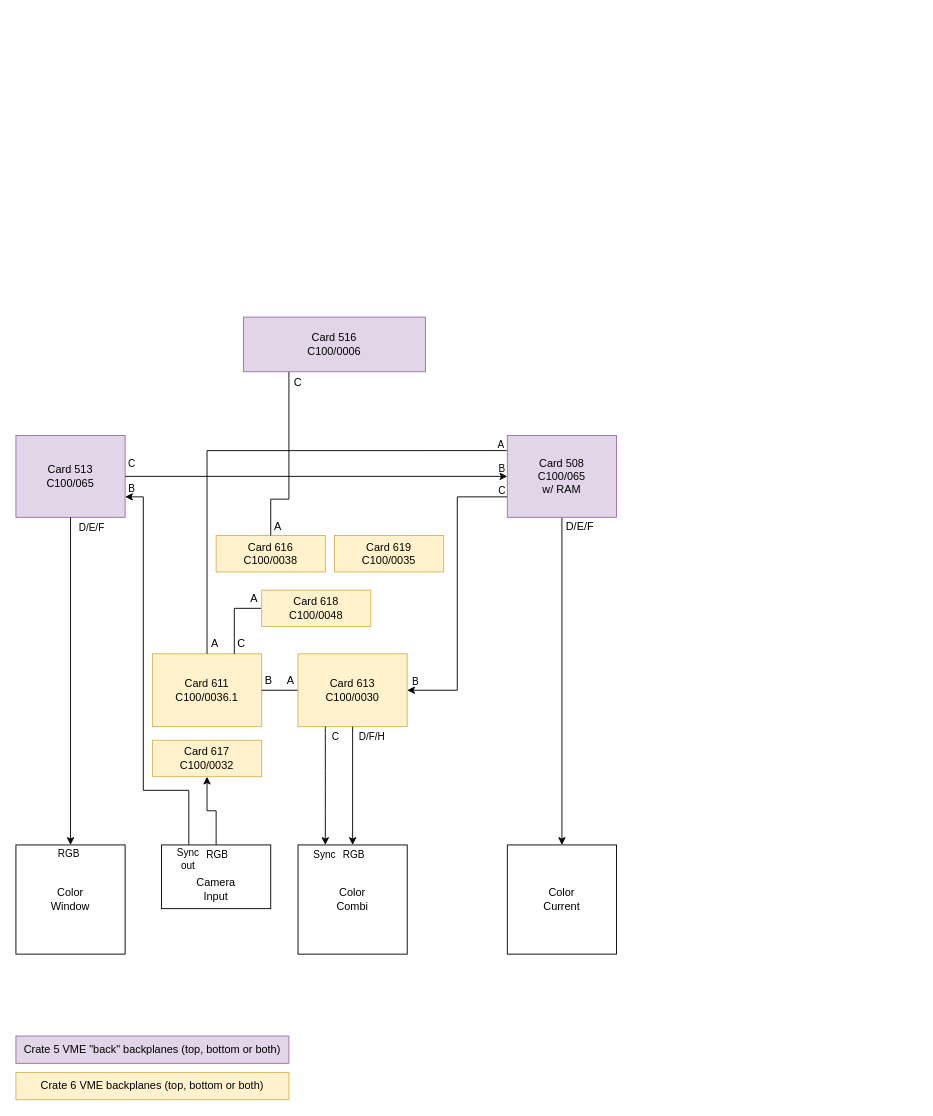
egueli/Aesthedes-notes keeps this draw.io diagram as page "Block diagram" (2 of 2) of hardware/Aesthedes 2 HW.drawio. Above is the earlier version. Source tidied: cells renumbered, new cells numbered last; positions are measured from the earlier drawing's top-left corner, leaving out a move shared by most shapes. Both pictures are drawn from the tidied source at 91%, with x=0, y=0 at pixel (15, 317).
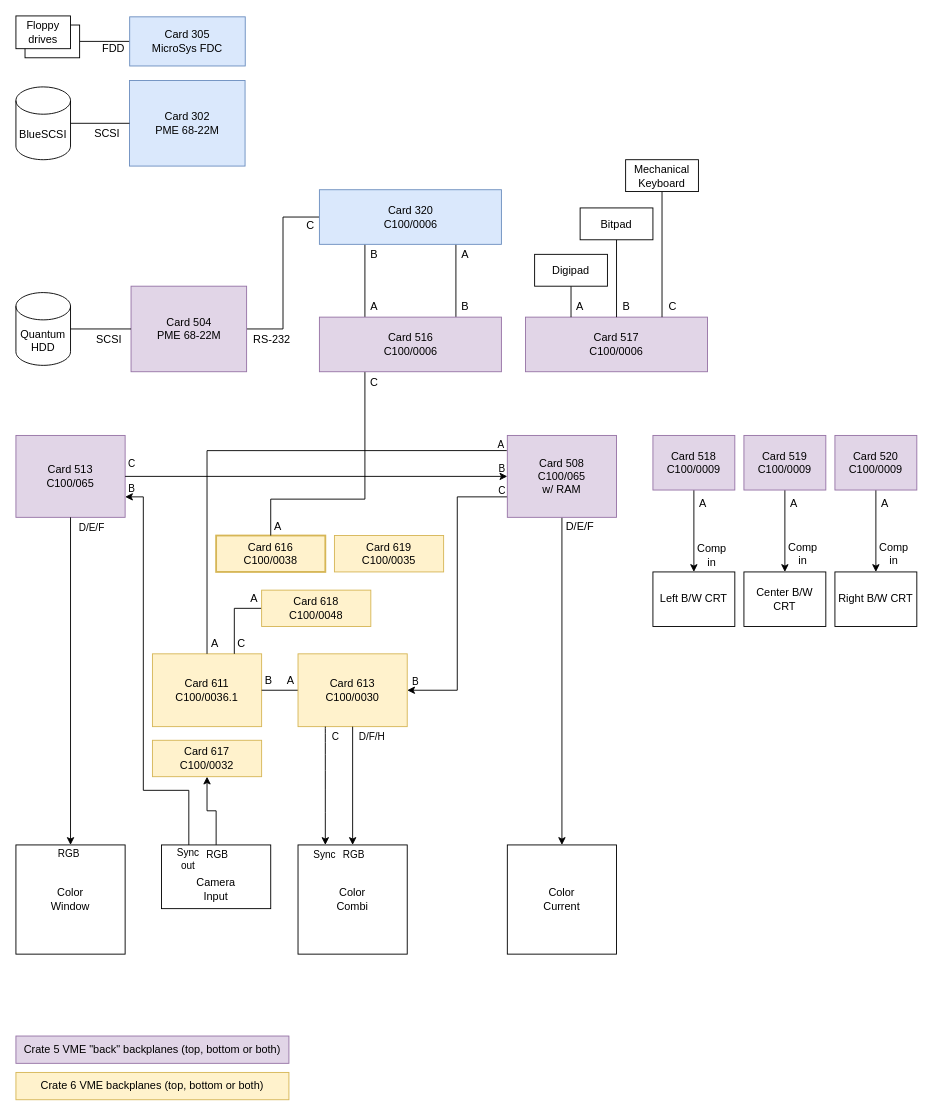
Above is the later version.

Commit message:
add all cards in block diagram

Change to the diagram source:
```diff
@@
-    <mxCell id="45" value="&lt;div&gt;Card 616&lt;/div&gt;&lt;div&gt;C100/0038&lt;/div&gt;" style="rounded=0;whiteSpace=wrap;html=1;fillColor=#fff2cc;strokeColor=#d6b656;" parent="1" vertex="1">
+    <mxCell id="45" value="&lt;div&gt;Card 616&lt;/div&gt;&lt;div&gt;C100/0038&lt;/div&gt;" style="rounded=0;whiteSpace=wrap;html=1;fillColor=#fff2cc;strokeColor=#d6b656;strokeWidth=2;" parent="1" vertex="1">
       <mxGeometry x="220" y="240" width="120" height="40" as="geometry" />
     </mxCell>
     <mxCell id="46" style="edgeStyle=orthogonalEdgeStyle;rounded=0;jettySize=auto;html=1;exitX=0.25;exitY=1;exitDx=0;exitDy=0;entryX=0.5;entryY=0;entryDx=0;entryDy=0;endArrow=none;endFill=0;" parent="1" edge="1" source="47" target="45">
       <mxGeometry relative="1" as="geometry">
         <Array as="points">
-          <mxPoint x="300" y="200" />
+          <mxPoint x="384" y="200" />
           <mxPoint x="280" y="200" />
         </Array>
       </mxGeometry>
     </mxCell>
+    <mxCell id="51" style="edgeStyle=orthogonalEdgeStyle;rounded=0;jettySize=auto;html=1;exitX=0.25;exitY=0;exitDx=0;exitDy=0;entryX=0.25;entryY=1;entryDx=0;entryDy=0;endArrow=none;endFill=0;" parent="1" edge="1" source="47" target="54">
+      <mxGeometry relative="1" as="geometry" />
+    </mxCell>
+    <mxCell id="52" style="edgeStyle=orthogonalEdgeStyle;rounded=0;jettySize=auto;html=1;exitX=0.75;exitY=0;exitDx=0;exitDy=0;entryX=0.75;entryY=1;entryDx=0;entryDy=0;endArrow=none;endFill=0;" parent="1" edge="1" source="47" target="54">
+      <mxGeometry relative="1" as="geometry" />
+    </mxCell>
     <mxCell id="47" value="Card 516&lt;div&gt;C100/0006&lt;/div&gt;" style="rounded=0;whiteSpace=wrap;html=1;fillColor=#e1d5e7;strokeColor=#9673a6;" parent="1" vertex="1">
-      <mxGeometry x="250" width="200" height="60" as="geometry" />
+      <mxGeometry x="333.5" width="200" height="60" as="geometry" />
     </mxCell>
@@
     <mxCell id="49" value="C" style="text;html=1;whiteSpace=wrap;strokeColor=none;fillColor=none;align=center;verticalAlign=middle;rounded=0;" parent="1" vertex="1">
-      <mxGeometry x="305" y="67" width="10" height="10" as="geometry" />
+      <mxGeometry x="388.5" y="67" width="10" height="10" as="geometry" />
     </mxCell>
@@
+    <mxCell id="53" style="edgeStyle=orthogonalEdgeStyle;rounded=0;jettySize=auto;html=1;exitX=0;exitY=0.5;exitDx=0;exitDy=0;entryX=1;entryY=0.5;entryDx=0;entryDy=0;endArrow=none;endFill=0;" parent="1" edge="1" source="54" target="59">
+      <mxGeometry relative="1" as="geometry" />
+    </mxCell>
+    <mxCell id="54" value="&lt;div&gt;Card 320&lt;/div&gt;&lt;div&gt;C100/0006&lt;/div&gt;" style="whiteSpace=wrap;html=1;fillColor=#dae8fc;strokeColor=#6c8ebf;rounded=0;" parent="1" vertex="1">
+      <mxGeometry x="333.5" y="-140" width="200" height="60" as="geometry" />
+    </mxCell>
+    <mxCell id="55" value="A" style="text;html=1;whiteSpace=wrap;strokeColor=none;fillColor=none;align=center;verticalAlign=middle;rounded=0;" parent="1" vertex="1">
+      <mxGeometry x="388.5" y="-16" width="10" height="10" as="geometry" />
+    </mxCell>
+    <mxCell id="56" value="A" style="text;html=1;whiteSpace=wrap;strokeColor=none;fillColor=none;align=center;verticalAlign=middle;rounded=0;" parent="1" vertex="1">
+      <mxGeometry x="488.5" y="-74" width="10" height="10" as="geometry" />
+    </mxCell>
+    <mxCell id="57" value="B" style="text;html=1;whiteSpace=wrap;strokeColor=none;fillColor=none;align=center;verticalAlign=middle;rounded=0;" parent="1" vertex="1">
+      <mxGeometry x="488.5" y="-16" width="10" height="10" as="geometry" />
+    </mxCell>
+    <mxCell id="58" value="B" style="text;html=1;whiteSpace=wrap;strokeColor=none;fillColor=none;align=center;verticalAlign=middle;rounded=0;" parent="1" vertex="1">
+      <mxGeometry x="388.5" y="-74" width="10" height="10" as="geometry" />
+    </mxCell>
+    <mxCell id="59" value="Card 504&lt;div&gt;PME 68-22M&lt;/div&gt;" style="rounded=0;whiteSpace=wrap;html=1;fillColor=#e1d5e7;strokeColor=#9673a6;" parent="1" vertex="1">
+      <mxGeometry x="126.5" y="-34" width="127" height="94" as="geometry" />
+    </mxCell>
+    <mxCell id="60" value="C" style="text;html=1;whiteSpace=wrap;strokeColor=none;fillColor=none;align=center;verticalAlign=middle;rounded=0;" parent="1" vertex="1">
+      <mxGeometry x="318.5" y="-105" width="10" height="10" as="geometry" />
+    </mxCell>
+    <mxCell id="61" value="RS-232" style="text;html=1;whiteSpace=wrap;strokeColor=none;fillColor=none;align=center;verticalAlign=middle;rounded=0;" parent="1" vertex="1">
+      <mxGeometry x="258.5" y="20" width="45" height="10" as="geometry" />
+    </mxCell>
+    <mxCell id="62" value="Quantum HDD" style="shape=cylinder3;whiteSpace=wrap;html=1;boundedLbl=1;backgroundOutline=1;size=15;" parent="1" vertex="1">
+      <mxGeometry y="-27" width="60" height="80" as="geometry" />
+    </mxCell>
+    <mxCell id="63" style="edgeStyle=orthogonalEdgeStyle;rounded=0;jettySize=auto;html=1;exitX=0;exitY=0.5;exitDx=0;exitDy=0;entryX=1;entryY=0.5;entryDx=0;entryDy=0;entryPerimeter=0;endArrow=none;endFill=0;" parent="1" edge="1" source="59" target="62">
+      <mxGeometry relative="1" as="geometry" />
+    </mxCell>
+    <mxCell id="64" value="SCSI" style="text;html=1;whiteSpace=wrap;strokeColor=none;fillColor=none;align=center;verticalAlign=middle;rounded=0;" parent="1" vertex="1">
+      <mxGeometry x="80" y="20" width="45" height="10" as="geometry" />
+    </mxCell>
+    <mxCell id="65" value="Card 302&lt;div&gt;PME 68-22M&lt;/div&gt;" style="rounded=0;whiteSpace=wrap;html=1;fillColor=#dae8fc;strokeColor=#6c8ebf;" parent="1" vertex="1">
+      <mxGeometry x="124.8" y="-260" width="127" height="94" as="geometry" />
+    </mxCell>
+    <mxCell id="66" value="SCSI" style="text;html=1;whiteSpace=wrap;strokeColor=none;fillColor=none;align=center;verticalAlign=middle;rounded=0;" parent="1" vertex="1">
+      <mxGeometry x="78.2" y="-206" width="45" height="10" as="geometry" />
+    </mxCell>
+    <mxCell id="67" value="BlueSCSI" style="shape=cylinder3;whiteSpace=wrap;html=1;boundedLbl=1;backgroundOutline=1;size=15;" parent="1" vertex="1">
+      <mxGeometry y="-253" width="60" height="80" as="geometry" />
+    </mxCell>
+    <mxCell id="68" style="edgeStyle=orthogonalEdgeStyle;rounded=0;jettySize=auto;html=1;exitX=0;exitY=0.5;exitDx=0;exitDy=0;entryX=1;entryY=0.5;entryDx=0;entryDy=0;entryPerimeter=0;endArrow=none;endFill=0;" parent="1" edge="1" source="65" target="67">
+      <mxGeometry relative="1" as="geometry" />
+    </mxCell>
+    <mxCell id="69" style="edgeStyle=orthogonalEdgeStyle;rounded=0;jettySize=auto;html=1;exitX=0;exitY=0.5;exitDx=0;exitDy=0;entryX=1;entryY=0.5;entryDx=0;entryDy=0;endArrow=none;endFill=0;" parent="1" edge="1" source="70" target="72">
+      <mxGeometry relative="1" as="geometry" />
+    </mxCell>
+    <mxCell id="70" value="Card 305&lt;div&gt;MicroSys FDC&lt;/div&gt;" style="rounded=0;whiteSpace=wrap;html=1;fillColor=#dae8fc;strokeColor=#6c8ebf;" parent="1" vertex="1">
+      <mxGeometry x="125" y="-330" width="127" height="54" as="geometry" />
+    </mxCell>
+    <mxCell id="71" style="group;" parent="1" vertex="1">
+      <mxGeometry y="-331" width="70" height="46" as="geometry" />
+    </mxCell>
+    <mxCell id="72" style="rounded=0;whiteSpace=wrap;html=1;" parent="71" vertex="1">
+      <mxGeometry x="10" y="10" width="60" height="36" as="geometry" />
+    </mxCell>
+    <mxCell id="73" value="&lt;div&gt;Floppy&lt;/div&gt;&lt;div&gt;drives&lt;/div&gt;" style="rounded=0;whiteSpace=wrap;html=1;" parent="71" vertex="1">
+      <mxGeometry width="60" height="36" as="geometry" />
+    </mxCell>
+    <mxCell id="74" value="FDD" style="text;html=1;whiteSpace=wrap;strokeColor=none;fillColor=none;align=center;verticalAlign=middle;rounded=0;" parent="1" vertex="1">
+      <mxGeometry x="90" y="-300" width="34.8" height="10" as="geometry" />
+    </mxCell>
+    <mxCell id="75" value="Card 517&lt;div&gt;C100/0006&lt;/div&gt;" style="rounded=0;whiteSpace=wrap;html=1;fillColor=#e1d5e7;strokeColor=#9673a6;" parent="1" vertex="1">
+      <mxGeometry x="560" width="200" height="60" as="geometry" />
+    </mxCell>
+    <mxCell id="76" style="edgeStyle=orthogonalEdgeStyle;rounded=0;jettySize=auto;html=1;exitX=0.5;exitY=1;exitDx=0;exitDy=0;entryX=0.25;entryY=0;entryDx=0;entryDy=0;endArrow=none;endFill=0;" parent="1" edge="1" source="77" target="75">
+      <mxGeometry relative="1" as="geometry" />
+    </mxCell>
+    <mxCell id="77" value="Digipad" style="rounded=0;whiteSpace=wrap;html=1;" parent="1" vertex="1">
+      <mxGeometry x="570" y="-69" width="80" height="35" as="geometry" />
+    </mxCell>
+    <mxCell id="78" style="edgeStyle=orthogonalEdgeStyle;rounded=0;jettySize=auto;html=1;exitX=0.5;exitY=1;exitDx=0;exitDy=0;entryX=0.5;entryY=0;entryDx=0;entryDy=0;endArrow=none;endFill=0;" parent="1" edge="1" source="79" target="75">
+      <mxGeometry relative="1" as="geometry" />
+    </mxCell>
+    <mxCell id="79" value="Bitpad" style="rounded=0;whiteSpace=wrap;html=1;" parent="1" vertex="1">
+      <mxGeometry x="620" y="-120" width="80" height="35" as="geometry" />
+    </mxCell>
+    <mxCell id="80" style="edgeStyle=orthogonalEdgeStyle;rounded=0;jettySize=auto;html=1;exitX=0.5;exitY=1;exitDx=0;exitDy=0;entryX=0.75;entryY=0;entryDx=0;entryDy=0;endArrow=none;endFill=0;" parent="1" edge="1" source="81" target="75">
+      <mxGeometry relative="1" as="geometry" />
+    </mxCell>
+    <mxCell id="81" value="&lt;div&gt;Mechanical&lt;/div&gt;&lt;div&gt;Keyboard&lt;/div&gt;" style="rounded=0;whiteSpace=wrap;html=1;" parent="1" vertex="1">
+      <mxGeometry x="670" y="-173" width="80" height="35" as="geometry" />
+    </mxCell>
+    <mxCell id="82" value="A" style="text;html=1;whiteSpace=wrap;strokeColor=none;fillColor=none;align=center;verticalAlign=middle;rounded=0;" parent="1" vertex="1">
+      <mxGeometry x="615" y="-16" width="10" height="10" as="geometry" />
+    </mxCell>
+    <mxCell id="83" value="B" style="text;html=1;whiteSpace=wrap;strokeColor=none;fillColor=none;align=center;verticalAlign=middle;rounded=0;" parent="1" vertex="1">
+      <mxGeometry x="666" y="-16" width="10" height="10" as="geometry" />
+    </mxCell>
+    <mxCell id="84" value="C" style="text;html=1;whiteSpace=wrap;strokeColor=none;fillColor=none;align=center;verticalAlign=middle;rounded=0;" parent="1" vertex="1">
+      <mxGeometry x="717" y="-16" width="10" height="10" as="geometry" />
+    </mxCell>
+    <mxCell id="85" style="edgeStyle=orthogonalEdgeStyle;rounded=0;jettySize=auto;html=1;exitX=0.5;exitY=1;exitDx=0;exitDy=0;entryX=0.5;entryY=0;entryDx=0;entryDy=0;" parent="1" edge="1" source="86" target="91">
+      <mxGeometry relative="1" as="geometry" />
+    </mxCell>
+    <mxCell id="86" value="Card 518&lt;div&gt;C100/0009&lt;/div&gt;" style="rounded=0;whiteSpace=wrap;html=1;fillColor=#e1d5e7;strokeColor=#9673a6;" parent="1" vertex="1">
+      <mxGeometry x="700" y="130" width="90" height="60" as="geometry" />
+    </mxCell>
+    <mxCell id="87" style="edgeStyle=orthogonalEdgeStyle;rounded=0;jettySize=auto;html=1;exitX=0.5;exitY=1;exitDx=0;exitDy=0;entryX=0.5;entryY=0;entryDx=0;entryDy=0;" parent="1" edge="1" source="88" target="92">
+      <mxGeometry relative="1" as="geometry" />
+    </mxCell>
+    <mxCell id="88" value="Card 519&lt;div&gt;C100/0009&lt;/div&gt;" style="rounded=0;whiteSpace=wrap;html=1;fillColor=#e1d5e7;strokeColor=#9673a6;" parent="1" vertex="1">
+      <mxGeometry x="800" y="130" width="90" height="60" as="geometry" />
+    </mxCell>
+    <mxCell id="89" style="edgeStyle=orthogonalEdgeStyle;rounded=0;jettySize=auto;html=1;exitX=0.5;exitY=1;exitDx=0;exitDy=0;entryX=0.5;entryY=0;entryDx=0;entryDy=0;" parent="1" edge="1" source="90" target="93">
+      <mxGeometry relative="1" as="geometry" />
+    </mxCell>
+    <mxCell id="90" value="Card 520&lt;div&gt;C100/0009&lt;/div&gt;" style="rounded=0;whiteSpace=wrap;html=1;fillColor=#e1d5e7;strokeColor=#9673a6;" parent="1" vertex="1">
+      <mxGeometry x="900" y="130" width="90" height="60" as="geometry" />
+    </mxCell>
+    <mxCell id="91" value="Left B/W CRT" style="rounded=0;whiteSpace=wrap;html=1;" parent="1" vertex="1">
+      <mxGeometry x="700" y="280" width="90" height="60" as="geometry" />
+    </mxCell>
+    <mxCell id="92" value="Center B/W CRT" style="rounded=0;whiteSpace=wrap;html=1;" parent="1" vertex="1">
+      <mxGeometry x="800" y="280" width="90" height="60" as="geometry" />
+    </mxCell>
+    <mxCell id="93" value="Right B/W CRT" style="rounded=0;whiteSpace=wrap;html=1;" parent="1" vertex="1">
+      <mxGeometry x="900" y="280" width="90" height="60" as="geometry" />
+    </mxCell>
+    <mxCell id="94" value="A" style="text;html=1;whiteSpace=wrap;strokeColor=none;fillColor=none;align=center;verticalAlign=middle;rounded=0;" parent="1" vertex="1">
+      <mxGeometry x="750" y="200" width="10" height="10" as="geometry" />
+    </mxCell>
+    <mxCell id="95" value="A" style="text;html=1;whiteSpace=wrap;strokeColor=none;fillColor=none;align=center;verticalAlign=middle;rounded=0;" parent="1" vertex="1">
+      <mxGeometry x="850" y="200" width="10" height="10" as="geometry" />
+    </mxCell>
+    <mxCell id="96" value="A" style="text;html=1;whiteSpace=wrap;strokeColor=none;fillColor=none;align=center;verticalAlign=middle;rounded=0;" parent="1" vertex="1">
+      <mxGeometry x="950" y="200" width="10" height="10" as="geometry" />
+    </mxCell>
+    <mxCell id="97" value="Comp in" style="text;html=1;whiteSpace=wrap;strokeColor=none;fillColor=none;align=center;verticalAlign=middle;rounded=0;" parent="1" vertex="1">
+      <mxGeometry x="750" y="250" width="30" height="23" as="geometry" />
+    </mxCell>
+    <mxCell id="98" value="Comp in" style="text;html=1;whiteSpace=wrap;strokeColor=none;fillColor=none;align=center;verticalAlign=middle;rounded=0;" parent="1" vertex="1">
+      <mxGeometry x="850" y="248.5" width="30" height="23" as="geometry" />
+    </mxCell>
+    <mxCell id="99" value="Comp in" style="text;html=1;whiteSpace=wrap;strokeColor=none;fillColor=none;align=center;verticalAlign=middle;rounded=0;" parent="1" vertex="1">
+      <mxGeometry x="950" y="248.5" width="30" height="23" as="geometry" />
+    </mxCell>
```
